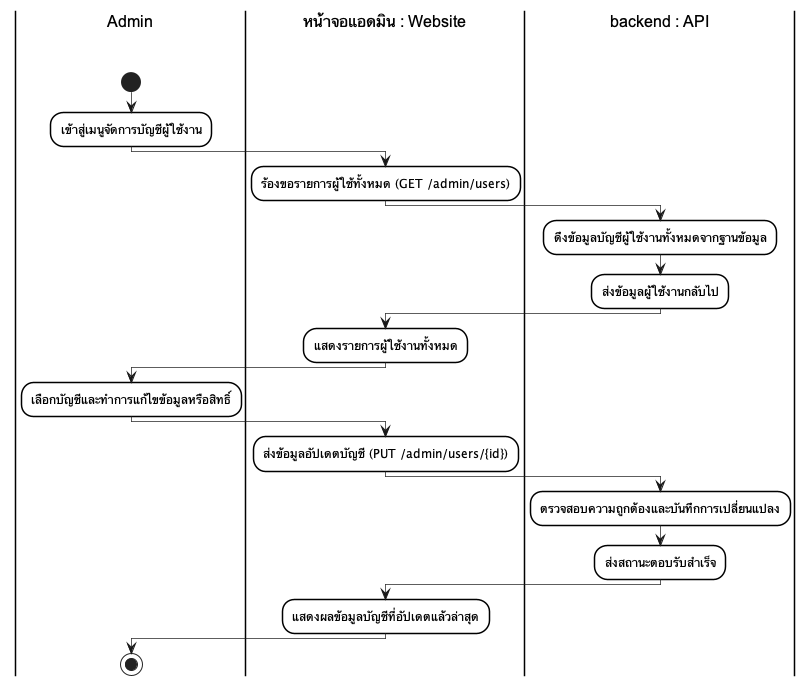
Above: docs/diagrams/images/activity/activity_13_manage_users.png in Anatta-at/my-portfolio-app (PlantUML), before the change. The source it was exported from:
```plantuml
@startuml
skinparam monochrome true
skinparam shadowing false
skinparam backgroundcolor white
skinparam ranksep 50

skinparam SwimlaneBorderColor black
skinparam SwimlaneBorderThickness 1.5
skinparam SwimlaneBackgroundColor white
skinparam SwimlaneTitleBackgroundColor white
skinparam SwimlaneTitleFontColor black
skinparam SwimlaneTitleFontSize 16
skinparam SwimlaneTitleFontName Arial

skinparam ActivityBackgroundColor white
skinparam ActivityBorderColor black
skinparam ActivityBorderThickness 1.5
skinparam ArrowThickness 0.7

|Admin\n\n|
start
:เข้าสู่เมนูจัดการบัญชีผู้ใช้งาน;
|หน้าจอแอดมิน : Website\n\n|
:ร้องขอรายการผู้ใช้ทั้งหมด (GET /admin/users);
|backend : API\n\n|
:ดึงข้อมูลบัญชีผู้ใช้งานทั้งหมดจากฐานข้อมูล;
:ส่งข้อมูลผู้ใช้งานกลับไป;
|หน้าจอแอดมิน : Website\n\n|
:แสดงรายการผู้ใช้งานทั้งหมด;
|Admin\n\n|
:เลือกบัญชีและทำการแก้ไขข้อมูลหรือสิทธิ์;
|หน้าจอแอดมิน : Website\n\n|
:ส่งข้อมูลอัปเดตบัญชี (PUT /admin/users/{id});
|backend : API\n\n|
:ตรวจสอบความถูกต้องและบันทึกการเปลี่ยนแปลง;
:ส่งสถานะตอบรับสำเร็จ;
|หน้าจอแอดมิน : Website\n\n|
:แสดงผลข้อมูลบัญชีที่อัปเดตแล้วล่าสุด;
|Admin\n\n|
stop
@enduml
```
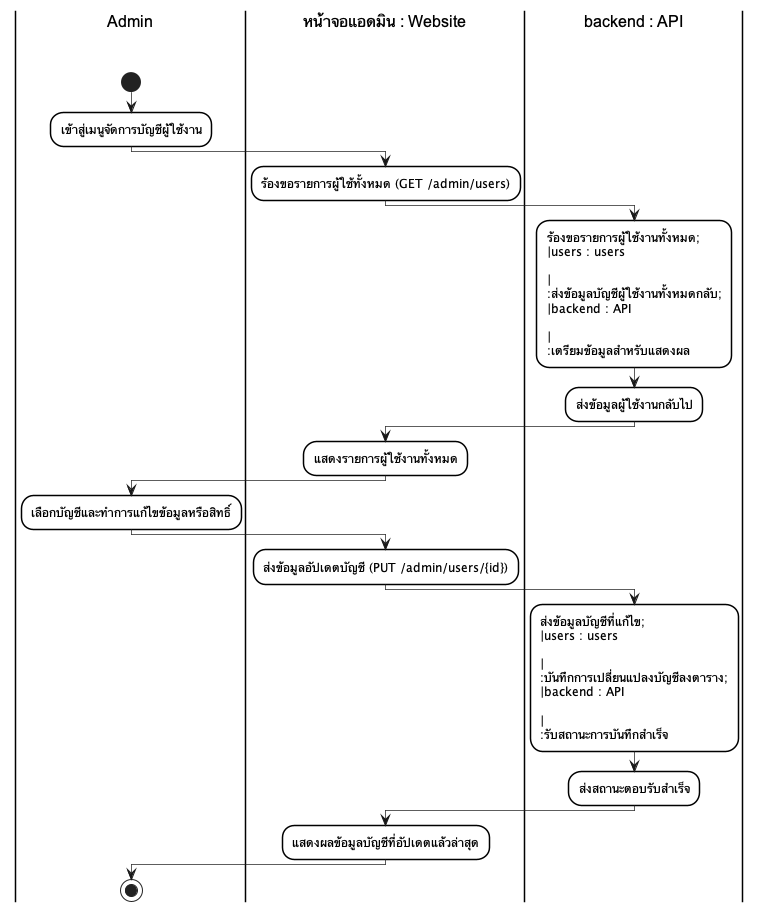
The same file after the commit.

What changed in the source:
```diff
@@ -23,7 +23,7 @@
 |หน้าจอแอดมิน : Website\n\n|
 :ร้องขอรายการผู้ใช้ทั้งหมด (GET /admin/users);
 |backend : API\n\n|
-:ดึงข้อมูลบัญชีผู้ใช้งานทั้งหมดจากฐานข้อมูล;
+:ร้องขอรายการผู้ใช้งานทั้งหมด;\n|users : users\n\n|\n:ส่งข้อมูลบัญชีผู้ใช้งานทั้งหมดกลับ;\n|backend : API\n\n|\n:เตรียมข้อมูลสำหรับแสดงผล;
 :ส่งข้อมูลผู้ใช้งานกลับไป;
 |หน้าจอแอดมิน : Website\n\n|
 :แสดงรายการผู้ใช้งานทั้งหมด;
@@ -32,7 +32,7 @@
 |หน้าจอแอดมิน : Website\n\n|
 :ส่งข้อมูลอัปเดตบัญชี (PUT /admin/users/{id});
 |backend : API\n\n|
-:ตรวจสอบความถูกต้องและบันทึกการเปลี่ยนแปลง;
+:ส่งข้อมูลบัญชีที่แก้ไข;\n|users : users\n\n|\n:บันทึกการเปลี่ยนแปลงบัญชีลงตาราง;\n|backend : API\n\n|\n:รับสถานะการบันทึกสำเร็จ;
 :ส่งสถานะตอบรับสำเร็จ;
 |หน้าจอแอดมิน : Website\n\n|
 :แสดงผลข้อมูลบัญชีที่อัปเดตแล้วล่าสุด;
```
